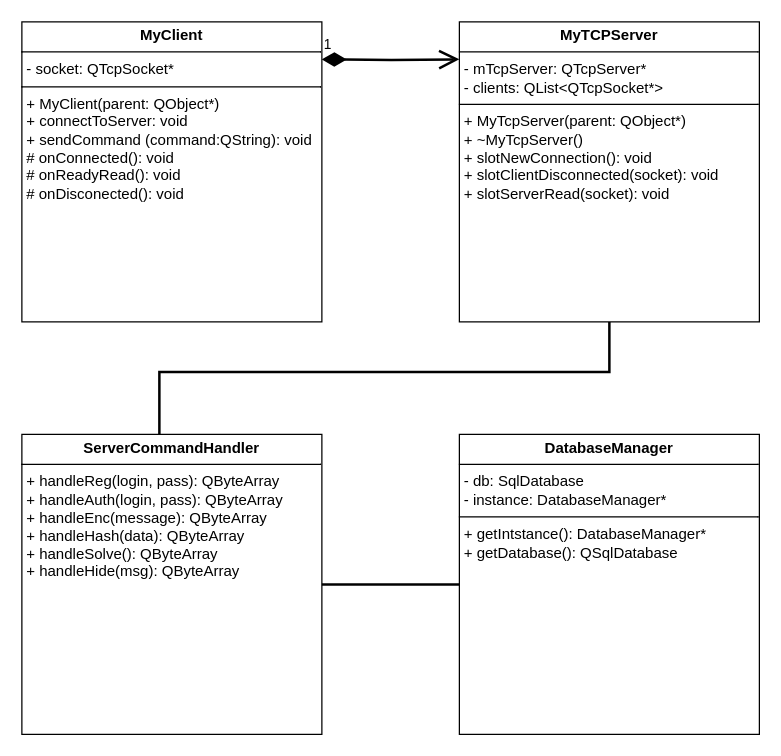
This is Диаграмма классов.drawio from Silf-daytoday/TaMP, a draw.io file, before an edit. Source tidied: cells renumbered, new cells numbered last; positions are measured from the earlier drawing's top-left corner, leaving out a move shared by most shapes. Both pictures are drawn from the tidied source at 125%, with x=0, y=0 at pixel (21, 21).
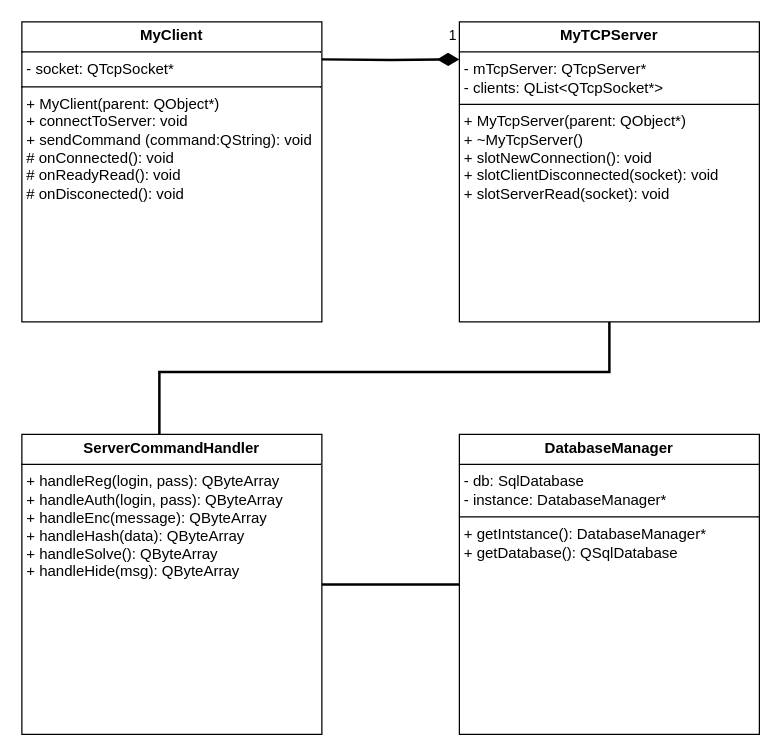
After the change.

Change to the diagram source:
```diff
@@
 <mxGraphModel background="light-dark(#FFFFFF,#FFFFFF)">
   <root>
     <mxCell id="0" />
     <mxCell id="1" parent="0" />
     <mxCell id="2" value="&lt;p style=&quot;margin:0px;margin-top:4px;text-align:center;&quot;&gt;&lt;b&gt;MyClient&lt;/b&gt;&lt;/p&gt;&lt;hr size=&quot;1&quot; style=&quot;border-style:solid;&quot;&gt;&lt;p style=&quot;margin:0px;margin-left:4px;&quot;&gt;- socket: QTcpSocket*&lt;/p&gt;&lt;hr size=&quot;1&quot; style=&quot;border-style:solid;&quot;&gt;&lt;p style=&quot;margin:0px;margin-left:4px;&quot;&gt;+ MyClient(parent: QObject*)&lt;/p&gt;&lt;p style=&quot;margin:0px;margin-left:4px;&quot;&gt;+ connectToServer: void&lt;/p&gt;&lt;p style=&quot;margin:0px;margin-left:4px;&quot;&gt;+ sendCommand (command:QString): void&lt;/p&gt;&lt;p style=&quot;margin:0px;margin-left:4px;&quot;&gt;# onConnected(): void&lt;/p&gt;&lt;p style=&quot;margin:0px;margin-left:4px;&quot;&gt;# onReadyRead(): void&lt;/p&gt;&lt;p style=&quot;margin:0px;margin-left:4px;&quot;&gt;# onDisconected(): void&lt;/p&gt;" style="verticalAlign=top;align=left;overflow=fill;html=1;whiteSpace=wrap;" parent="1" vertex="1">
       <mxGeometry width="240" height="240" as="geometry" />
     </mxCell>
     <mxCell id="3" value="&lt;p style=&quot;margin:0px;margin-top:4px;text-align:center;&quot;&gt;&lt;b&gt;MyTCPServer&lt;/b&gt;&lt;/p&gt;&lt;hr size=&quot;1&quot; style=&quot;border-style:solid;&quot;&gt;&lt;p style=&quot;margin:0px;margin-left:4px;&quot;&gt;- mTcpServer: QTcpServer*&lt;/p&gt;&lt;p style=&quot;margin:0px;margin-left:4px;&quot;&gt;- clients: QList&amp;lt;QTcpSocket*&amp;gt;&lt;/p&gt;&lt;hr size=&quot;1&quot; style=&quot;border-style:solid;&quot;&gt;&lt;p style=&quot;margin:0px;margin-left:4px;&quot;&gt;+ MyTcpServer(parent: QObject*)&lt;/p&gt;&lt;p style=&quot;margin:0px;margin-left:4px;&quot;&gt;+ ~MyTcpServer()&lt;/p&gt;&lt;p style=&quot;margin:0px;margin-left:4px;&quot;&gt;+ slotNewConnection(): void&lt;/p&gt;&lt;p style=&quot;margin:0px;margin-left:4px;&quot;&gt;+ slotClientDisconnected(socket): void&lt;/p&gt;&lt;p style=&quot;margin:0px;margin-left:4px;&quot;&gt;+ slotServerRead(socket): void&lt;/p&gt;&lt;p style=&quot;margin:0px;margin-left:4px;&quot;&gt;&lt;br&gt;&lt;/p&gt;" style="verticalAlign=top;align=left;overflow=fill;html=1;whiteSpace=wrap;" parent="1" vertex="1">
       <mxGeometry x="350" width="240" height="240" as="geometry" />
     </mxCell>
-    <mxCell id="4" value="1" style="endArrow=open;html=1;endSize=12;startArrow=diamondThin;startSize=14;startFill=1;edgeStyle=orthogonalEdgeStyle;align=left;verticalAlign=bottom;rounded=0;strokeColor=light-dark(#000000,#000000);entryX=0;entryY=0.125;entryDx=0;entryDy=0;entryPerimeter=0;strokeWidth=2;" parent="1" edge="1" target="3">
-      <mxGeometry x="-1" y="3" relative="1" as="geometry">
+    <mxCell id="4" value="1" style="endArrow=diamondThin;html=1;endSize=12;startArrow=none;startSize=14;startFill=0;edgeStyle=orthogonalEdgeStyle;align=left;verticalAlign=bottom;rounded=0;strokeColor=light-dark(#000000,#000000);entryX=0;entryY=0.125;entryDx=0;entryDy=0;entryPerimeter=0;strokeWidth=2;endFill=1;" parent="1" edge="1" target="3">
+      <mxGeometry x="0.82" y="10" relative="1" as="geometry">
         <mxPoint x="240" y="30" as="sourcePoint" />
       </mxGeometry>
     </mxCell>
     <mxCell id="5" value="&lt;p style=&quot;margin:0px;margin-top:4px;text-align:center;&quot;&gt;&lt;b&gt;ServerCommandHandler&lt;/b&gt;&lt;/p&gt;&lt;hr size=&quot;1&quot; style=&quot;border-style:solid;&quot;&gt;&lt;p style=&quot;margin:0px;margin-left:4px;&quot;&gt;+ handleReg(login, pass): QByteArray&lt;/p&gt;&lt;p style=&quot;margin:0px;margin-left:4px;&quot;&gt;+ handleAuth(login, pass): QByteArray&lt;/p&gt;&lt;p style=&quot;margin:0px;margin-left:4px;&quot;&gt;+ handleEnc(message): QByteArray&lt;/p&gt;&lt;p style=&quot;margin:0px;margin-left:4px;&quot;&gt;+ handleHash(data): QByteArray&lt;/p&gt;&lt;p style=&quot;margin:0px;margin-left:4px;&quot;&gt;+ handleSolve(): QByteArray&lt;/p&gt;&lt;p style=&quot;margin:0px;margin-left:4px;&quot;&gt;+ handleHide(msg): QByteArray&lt;/p&gt;" style="verticalAlign=top;align=left;overflow=fill;html=1;whiteSpace=wrap;" parent="1" vertex="1">
       <mxGeometry y="330" width="240" height="240" as="geometry" />
     </mxCell>
     <mxCell id="6" style="endArrow=none;html=1;rounded=0;strokeColor=light-dark(#000000,#000000);entryX=0.5;entryY=1;entryDx=0;entryDy=0;strokeWidth=2;" parent="1" edge="1" target="3">
       <mxGeometry relative="1" as="geometry">
         <mxPoint x="110" y="330" as="sourcePoint" />
         <Array as="points">
           <mxPoint x="110" y="280" />
           <mxPoint x="470" y="280" />
         </Array>
       </mxGeometry>
     </mxCell>
     <mxCell id="7" value="&lt;p style=&quot;margin:0px;margin-top:4px;text-align:center;&quot;&gt;&lt;b&gt;DatabaseManager&lt;/b&gt;&lt;/p&gt;&lt;hr size=&quot;1&quot; style=&quot;border-style:solid;&quot;&gt;&lt;p style=&quot;margin:0px;margin-left:4px;&quot;&gt;- db: SqlDatabase&lt;/p&gt;&lt;p style=&quot;margin:0px;margin-left:4px;&quot;&gt;- instance: DatabaseManager*&lt;/p&gt;&lt;hr size=&quot;1&quot; style=&quot;border-style:solid;&quot;&gt;&lt;p style=&quot;margin:0px;margin-left:4px;&quot;&gt;+ getIntstance(): DatabaseManager*&lt;/p&gt;&lt;p style=&quot;margin:0px;margin-left:4px;&quot;&gt;+ getDatabase(): QSqlDatabase&lt;/p&gt;" style="verticalAlign=top;align=left;overflow=fill;html=1;whiteSpace=wrap;" parent="1" vertex="1">
       <mxGeometry x="350" y="330" width="240" height="240" as="geometry" />
     </mxCell>
     <mxCell id="8" style="endArrow=none;html=1;rounded=0;strokeWidth=2;strokeColor=light-dark(#000000,#000000);entryX=0;entryY=0.5;entryDx=0;entryDy=0;exitX=1;exitY=0.5;exitDx=0;exitDy=0;" parent="1" edge="1" source="5" target="7">
       <mxGeometry relative="1" as="geometry" />
     </mxCell>
   </root>
 </mxGraphModel>
```
